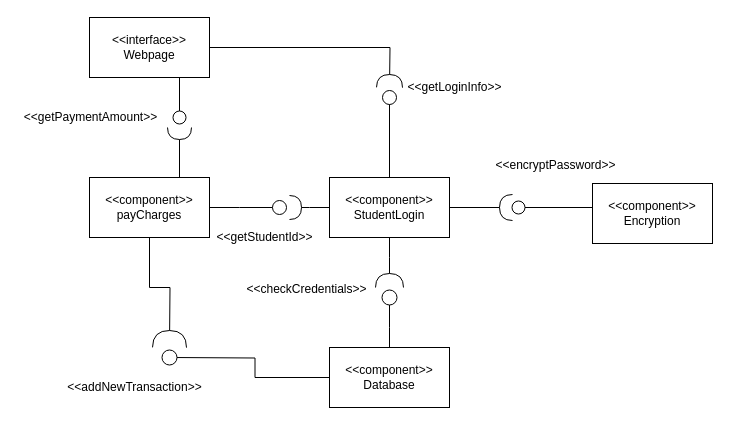
Before: page "payCharges" (3 of 8) of DesignDocument1.drawio in ImBrent/ClassWork, a draw.io diagram. Source tidied: cells renumbered, new cells numbered last; positions are measured from the earlier drawing's top-left corner, leaving out a move shared by most shapes. Both pictures are drawn from the tidied source at 100%, with x=0, y=0 at pixel (17, 17).
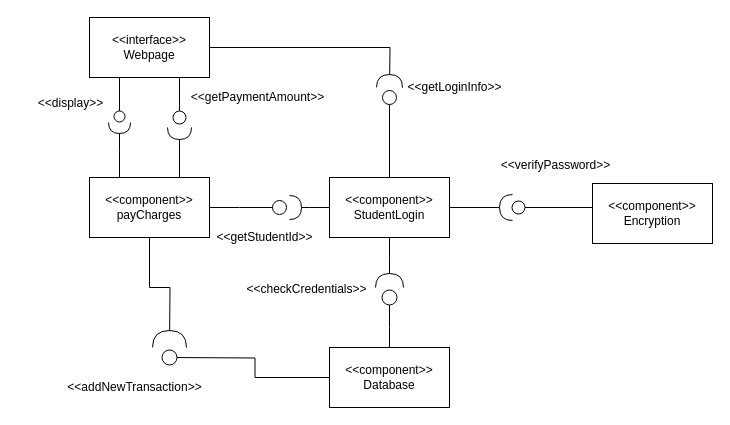
After the change.

Unchanged cells that the change refers to:
```xml
<mxCell id="4" value="&lt;div&gt;&amp;lt;&amp;lt;interface&amp;gt;&amp;gt;&lt;/div&gt;&lt;div&gt;Webpage&lt;br&gt;&lt;/div&gt;" style="rounded=0;whiteSpace=wrap;html=1;" parent="1" vertex="1">
  <mxGeometry x="72" width="120" height="60" as="geometry" />
</mxCell>
<mxCell id="8" value="&lt;div&gt;&amp;lt;&amp;lt;component&amp;gt;&amp;gt;&lt;/div&gt;&lt;div&gt;payCharges&lt;br&gt;&lt;/div&gt;" style="rounded=0;whiteSpace=wrap;html=1;" parent="1" vertex="1">
  <mxGeometry x="72" y="160" width="120" height="60" as="geometry" />
</mxCell>
```

The edit, as a diff of the source:
```diff
@@
+    <mxCell id="25" style="edgeStyle=orthogonalEdgeStyle;rounded=0;jettySize=auto;html=1;exitX=0.25;exitY=1;exitDx=0;exitDy=0;endArrow=oval;endFill=0;endSize=11;" parent="1" edge="1" source="4">
+      <mxGeometry relative="1" as="geometry">
+        <mxPoint x="102" y="99" as="targetPoint" />
+      </mxGeometry>
+    </mxCell>
@@
+    <mxCell id="26" style="edgeStyle=orthogonalEdgeStyle;rounded=0;jettySize=auto;html=1;exitX=0.25;exitY=0;exitDx=0;exitDy=0;endArrow=halfCircle;endFill=0;endSize=9;" parent="1" edge="1" source="8">
+      <mxGeometry relative="1" as="geometry">
+        <mxPoint x="102" y="105" as="targetPoint" />
+      </mxGeometry>
+    </mxCell>
@@
     <mxCell id="9" value="&amp;lt;&amp;lt;getPaymentAmount&amp;gt;&amp;gt;" style="text;html=1;align=center;verticalAlign=middle;" parent="1" vertex="1">
-      <mxGeometry y="91" width="145" height="18" as="geometry" />
+      <mxGeometry x="167" y="71" width="145" height="18" as="geometry" />
     </mxCell>
@@
-    <mxCell id="22" value="&amp;lt;&amp;lt;encryptPassword&amp;gt;&amp;gt;" style="text;html=1;align=center;verticalAlign=middle;" parent="1" vertex="1">
-      <mxGeometry x="471" y="139" width="133" height="18" as="geometry" />
+    <mxCell id="22" value="&amp;lt;&amp;lt;verifyPassword&amp;gt;&amp;gt;" style="text;html=1;align=center;verticalAlign=middle;" parent="1" vertex="1">
+      <mxGeometry x="475" y="139" width="125" height="18" as="geometry" />
     </mxCell>
@@
+    <mxCell id="27" value="&amp;lt;&amp;lt;display&amp;gt;&amp;gt;" style="text;html=1;align=center;verticalAlign=middle;" parent="1" vertex="1">
+      <mxGeometry x="15" y="77" width="75" height="18" as="geometry" />
+    </mxCell>
```
